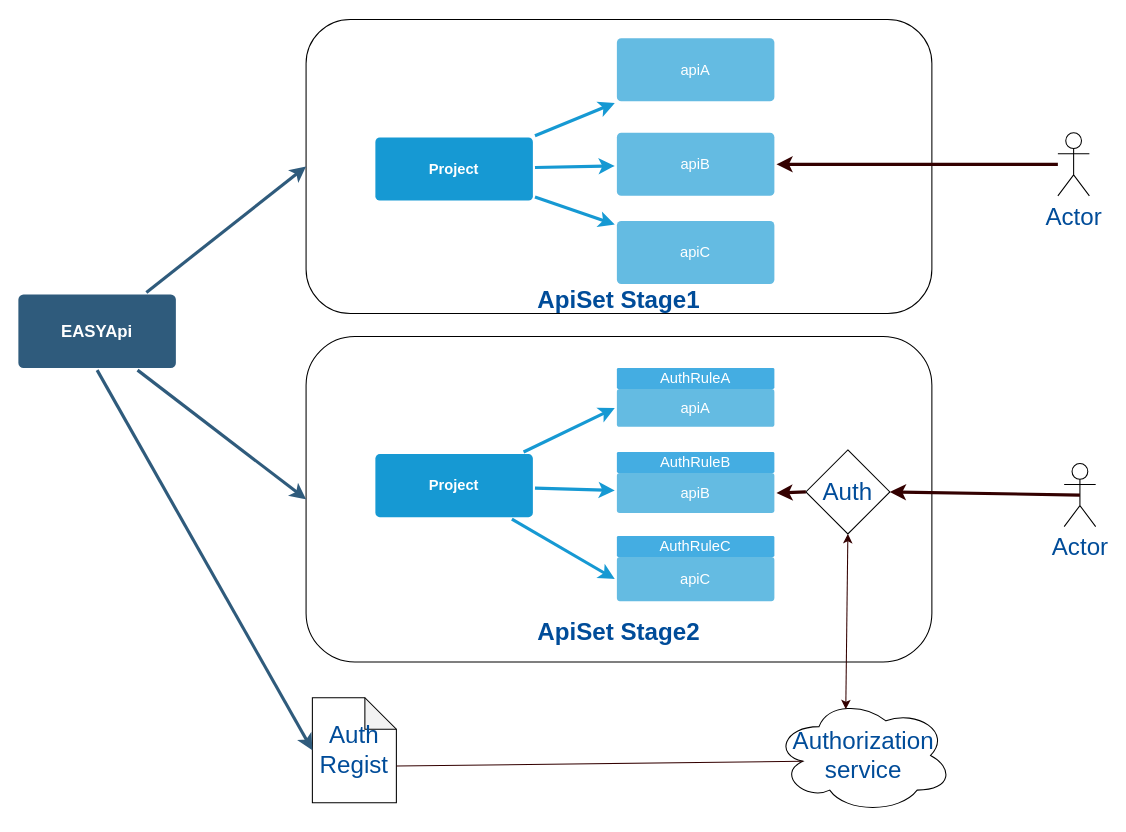
Earlier version of the draw.io diagram achievement.drawio (JohnXu/JohnDiagrams). Source tidied: cells renumbered, new cells numbered last; positions are measured from the earlier drawing's top-left corner, leaving out a move shared by most shapes. Both pictures are drawn from the tidied source at 105%, with x=0, y=0 at pixel (18, 19).
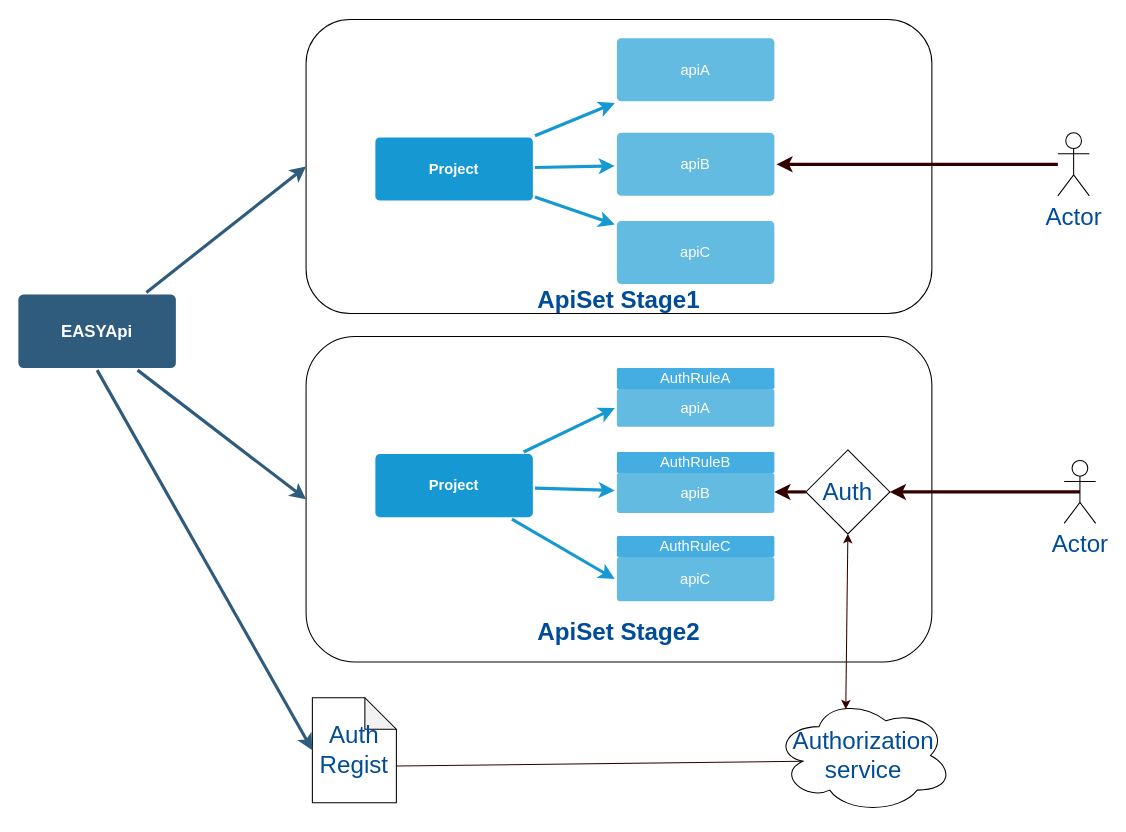
The same diagram, later.

The change refers to these unchanged cells:
```xml
<mxCell id="18" value="apiB" style="rounded=1;whiteSpace=wrap;html=1;shadow=0;labelBackgroundColor=none;strokeColor=none;strokeWidth=3;fillColor=#64bbe2;fontFamily=Helvetica;fontSize=14;fontColor=#FFFFFF;align=center;spacing=5;arcSize=7;perimeterSpacing=2;" parent="1" vertex="1">
  <mxGeometry x="570" y="432" width="150" height="38" as="geometry" />
</mxCell>
<mxCell id="22" value="Auth" style="rhombus;whiteSpace=wrap;html=1;fontSize=23;fontColor=#004C99;fillColor=none;" parent="1" vertex="1">
  <mxGeometry x="750" y="410" width="80" height="80" as="geometry" />
</mxCell>
```

What changed in the source:
```diff
@@
     <mxCell id="24" value="Actor" style="shape=umlActor;verticalLabelPosition=bottom;verticalAlign=top;html=1;outlineConnect=0;fontSize=23;fontColor=#004C99;fillColor=none;" parent="1" vertex="1">
-      <mxGeometry x="996" y="423" width="30" height="60" as="geometry" />
+      <mxGeometry x="996" y="420" width="30" height="60" as="geometry" />
     </mxCell>
@@
-    <mxCell id="26" style="edgeStyle=none;rounded=1;jumpStyle=none;html=1;shadow=0;labelBackgroundColor=none;startArrow=none;startFill=0;jettySize=auto;strokeColor=#330000;strokeWidth=3;fontFamily=Helvetica;fontSize=14;fontColor=#FFFFFF;spacing=5;fontStyle=1;fillColor=#b0e3e6;entryX=1;entryY=0.5;entryDx=0;entryDy=0;exitX=0;exitY=0.5;exitDx=0;exitDy=0;" parent="1" edge="1" source="22" target="18">
-      <mxGeometry relative="1" as="geometry" />
+    <mxCell id="26" style="edgeStyle=none;rounded=1;jumpStyle=none;html=1;shadow=0;labelBackgroundColor=none;startArrow=none;startFill=0;jettySize=auto;strokeColor=#330000;strokeWidth=3;fontFamily=Helvetica;fontSize=14;fontColor=#FFFFFF;spacing=5;fontStyle=1;fillColor=#b0e3e6;exitX=0;exitY=0.5;exitDx=0;exitDy=0;" parent="1" edge="1" source="22">
+      <mxGeometry relative="1" as="geometry">
+        <mxPoint x="720" y="450" as="targetPoint" />
+      </mxGeometry>
     </mxCell>
```
